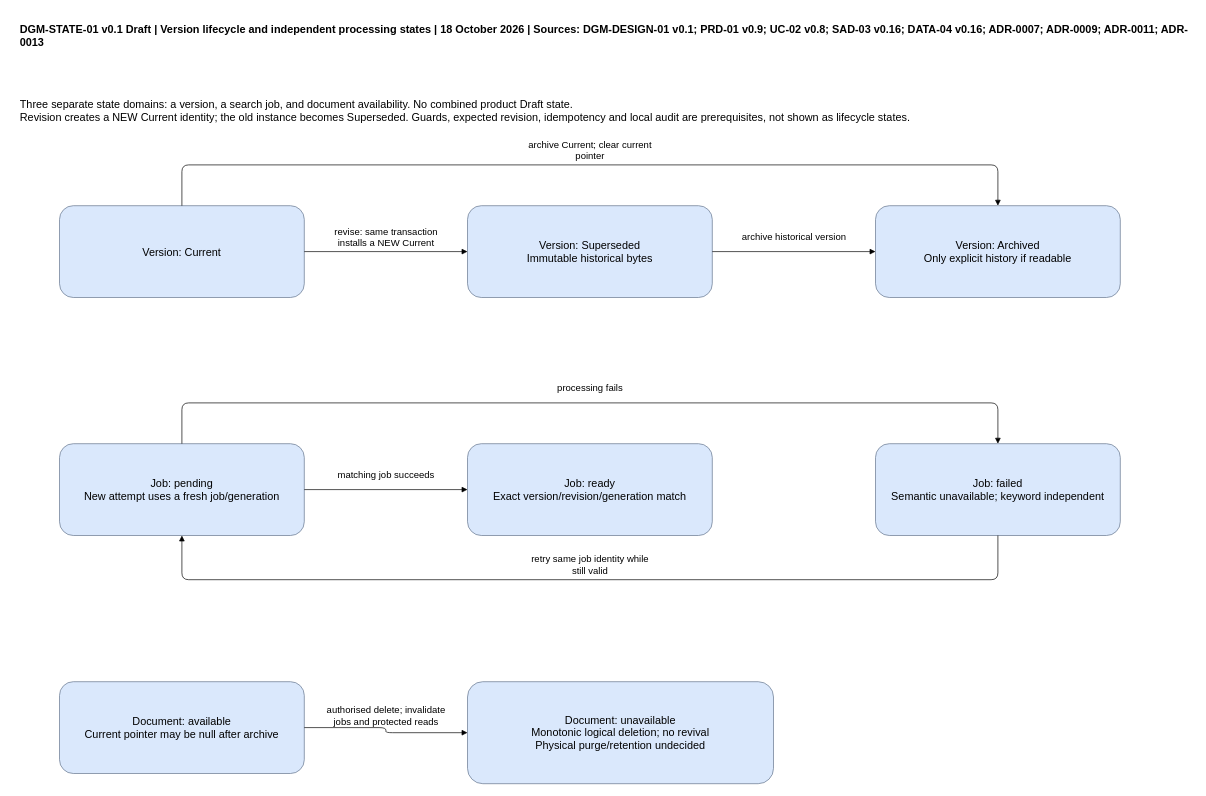
Above: docs/sdlc/diagrams/state/document-and-readiness.drawio in 900M100CK/scrum-workspace-KMS-ai (draw.io), before the change. Source tidied: cells renumbered, new cells numbered last; positions are measured from the earlier drawing's top-left corner, leaving out a move shared by most shapes. Both pictures are drawn from the tidied source at 68%, with x=0, y=0 at pixel (12, 12).
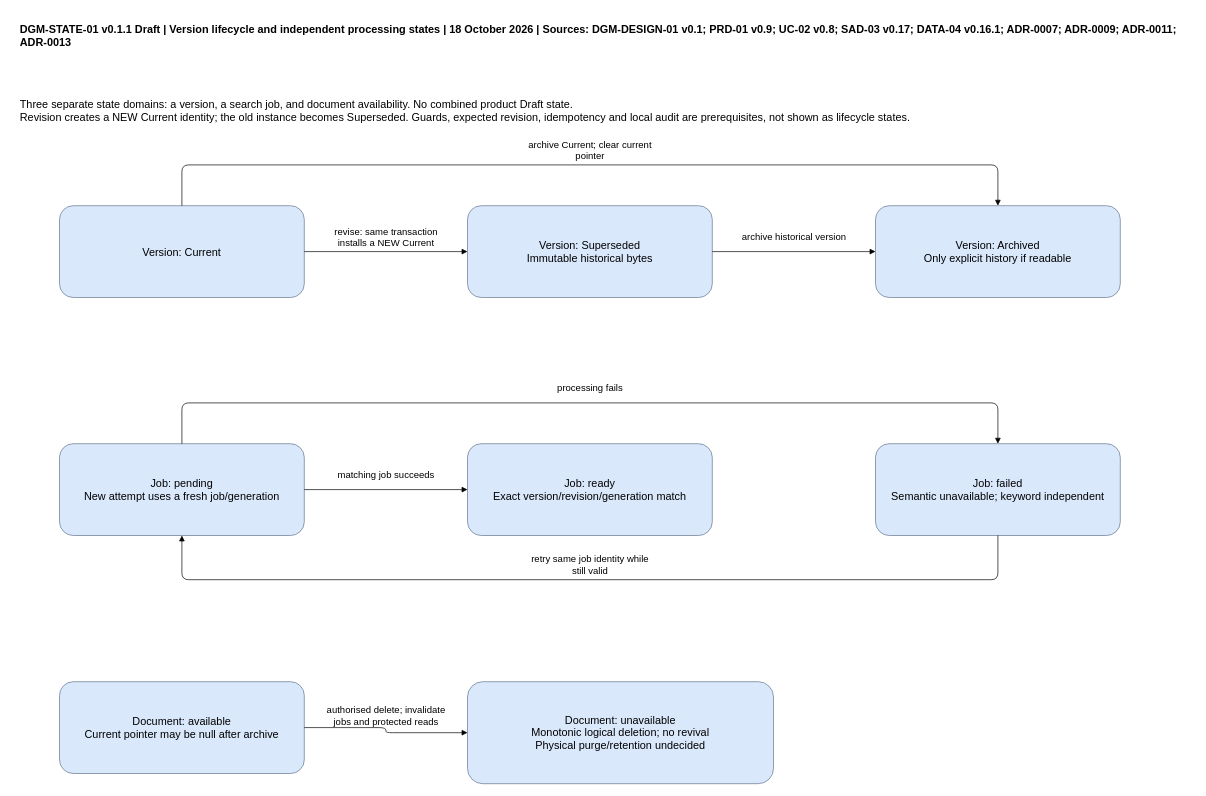
The same diagram, later.

Diff of the diagram source:
```diff
@@
-    <mxCell id="17" value="DGM-STATE-01 v0.1 Draft | Version lifecycle and independent processing states | 18 October 2026 | Sources: DGM-DESIGN-01 v0.1; PRD-01 v0.9; UC-02 v0.8; SAD-03 v0.16; DATA-04 v0.16; ADR-0007; ADR-0009; ADR-0011; ADR-0013" style="text;align=left;fontStyle=1;whiteSpace=wrap;html=1;fontSize=16;spacing=12;" parent="1" vertex="1">
+    <mxCell id="17" value="DGM-STATE-01 v0.1.1 Draft | Version lifecycle and independent processing states | 18 October 2026 | Sources: DGM-DESIGN-01 v0.1; PRD-01 v0.9; UC-02 v0.8; SAD-03 v0.17; DATA-04 v0.16.1; ADR-0007; ADR-0009; ADR-0011; ADR-0013" style="text;align=left;fontStyle=1;whiteSpace=wrap;html=1;fontSize=16;spacing=12;" parent="1" vertex="1">
       <mxGeometry width="1740" height="105" as="geometry" />
     </mxCell>
```
